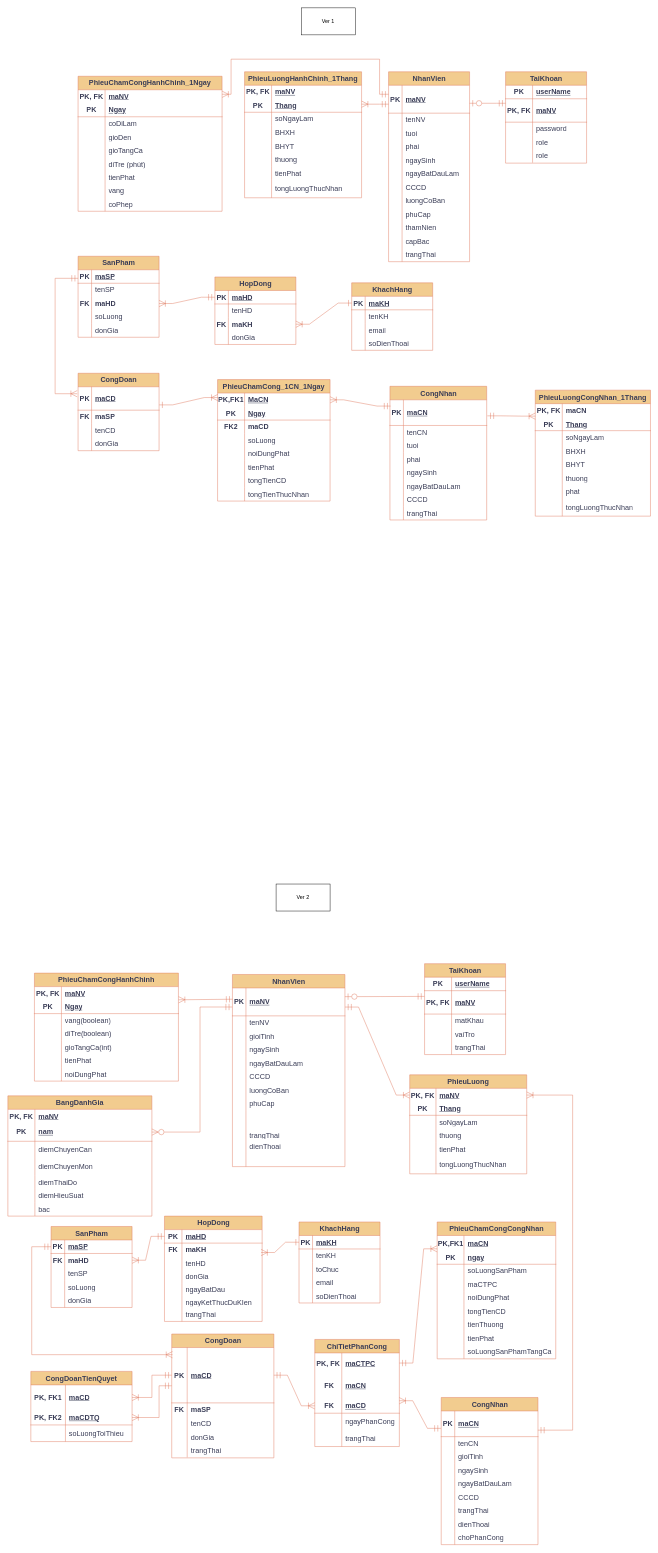
The draw.io diagram page "này enity" (1 of 2) of EntityRelationshipDiagram.drawio in TomTom2k/-management-of-a-ceramic-processing-company, before the edit. Source tidied: cells renumbered, new cells numbered last; positions are measured from the earlier drawing's top-left corner, leaving out a move shared by most shapes. Both pictures are drawn from the tidied source at 45%, with x=0, y=0 at pixel (8, 8).
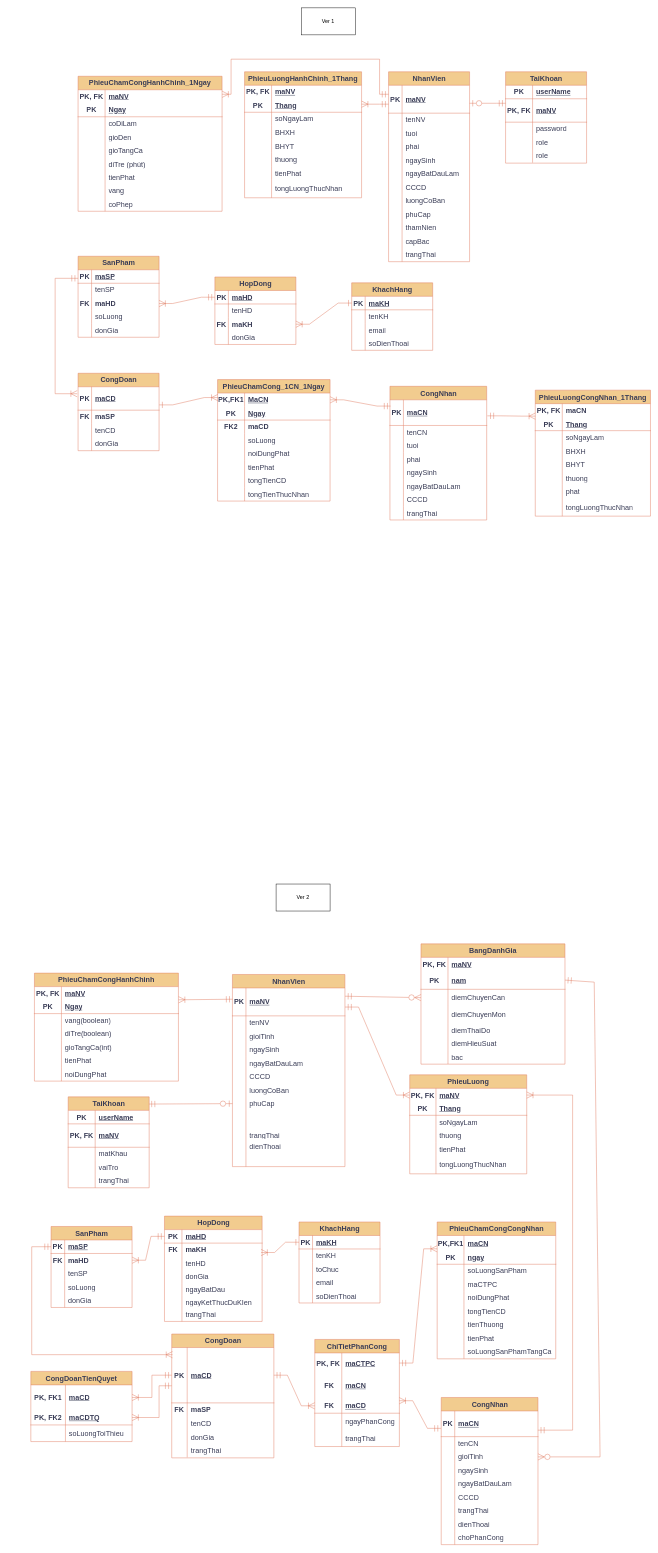
After the change.

The change refers to these unchanged cells:
```xml
<mxCell id="239" style="shape=tableRow;horizontal=0;startSize=0;swimlaneHead=0;swimlaneBody=0;fillColor=none;points=[[0,0.5],[1,0.5]];portConstraint=eastwest;top=0;left=0;right=0;bottom=0;labelBackgroundColor=none;strokeColor=#E07A5F;fontColor=#393C56;fontSize=16;" parent="232" vertex="1">
  <mxGeometry y="117" width="215" height="30" as="geometry" />
</mxCell>
<mxCell id="359" style="shape=tableRow;horizontal=0;startSize=0;swimlaneHead=0;swimlaneBody=0;fillColor=none;points=[[0,0.5],[1,0.5]];portConstraint=eastwest;top=0;left=0;right=0;bottom=1;labelBackgroundColor=none;strokeColor=#E07A5F;fontColor=#393C56;fontSize=16;" parent="358" vertex="1">
  <mxGeometry y="30" width="250" height="62" as="geometry" />
</mxCell>
<mxCell id="380" style="shape=tableRow;horizontal=0;startSize=0;swimlaneHead=0;swimlaneBody=0;fillColor=none;points=[[0,0.5],[1,0.5]];portConstraint=eastwest;top=0;left=0;right=0;bottom=0;labelBackgroundColor=none;strokeColor=#E07A5F;fontColor=#393C56;fontSize=16;" parent="358" vertex="1">
  <mxGeometry y="272" width="250" height="30" as="geometry" />
</mxCell>
<mxCell id="441" style="shape=tableRow;horizontal=0;startSize=0;swimlaneHead=0;swimlaneBody=0;fillColor=none;points=[[0,0.5],[1,0.5]];portConstraint=eastwest;top=0;left=0;right=0;bottom=1;labelBackgroundColor=none;strokeColor=#E07A5F;fontColor=#393C56;fontSize=16;" parent="437" vertex="1">
  <mxGeometry y="60" width="180" height="52" as="geometry" />
</mxCell>
<mxCell id="511" style="shape=tableRow;horizontal=0;startSize=0;swimlaneHead=0;swimlaneBody=0;fillColor=none;points=[[0,0.5],[1,0.5]];portConstraint=eastwest;top=0;left=0;right=0;bottom=1;html=1;labelBackgroundColor=none;strokeColor=#E07A5F;fontColor=#393C56;fontSize=16;" parent="507" vertex="1">
  <mxGeometry y="60" width="320" height="41" as="geometry" />
</mxCell>
<mxCell id="514" style="shape=tableRow;horizontal=0;startSize=0;swimlaneHead=0;swimlaneBody=0;fillColor=none;points=[[0,0.5],[1,0.5]];portConstraint=eastwest;top=0;left=0;right=0;bottom=0;html=1;labelBackgroundColor=none;strokeColor=#E07A5F;fontColor=#393C56;fontSize=16;" parent="507" vertex="1">
  <mxGeometry y="101" width="320" height="37" as="geometry" />
</mxCell>
```

What changed in the source:
```diff
@@
-    <mxCell id="436" style="rounded=0;jettySize=auto;html=1;startArrow=ERmandOne;startFill=0;endArrow=ERzeroToOne;endFill=0;labelBackgroundColor=none;fontColor=default;strokeColor=#E07A5F;fontSize=16;endSize=12;startSize=12;exitX=-0.002;exitY=0.245;exitDx=0;exitDy=0;entryX=1;entryY=0.311;entryDx=0;entryDy=0;entryPerimeter=0;exitPerimeter=0;" parent="1" edge="1" source="441" target="359">
+    <mxCell id="436" style="rounded=0;jettySize=auto;html=1;startArrow=ERmandOne;startFill=0;endArrow=ERzeroToOne;endFill=0;labelBackgroundColor=none;fontColor=default;strokeColor=#E07A5F;fontSize=16;endSize=12;startSize=12;exitX=0.992;exitY=0.079;exitDx=0;exitDy=0;entryX=0;entryY=0.5;entryDx=0;entryDy=0;exitPerimeter=0;" parent="1" edge="1" source="437" target="380">
       <mxGeometry relative="1" as="geometry" />
     </mxCell>
     <mxCell id="437" value="TaiKhoan" style="shape=table;startSize=30;childLayout=tableLayout;rowLines=0;fontStyle=1;align=center;html=1;labelBackgroundColor=none;fillColor=#F2CC8F;strokeColor=#E07A5F;fontColor=#393C56;fontSize=16;" parent="1" vertex="1">
-      <mxGeometry x="926" y="2124" width="180" height="202" as="geometry" />
+      <mxGeometry x="134" y="2420" width="180" height="202" as="geometry" />
     </mxCell>
@@
     <mxCell id="507" value="BangDanhGia" style="shape=table;startSize=30;childLayout=tableLayout;rowLines=0;fontStyle=1;align=center;html=1;whiteSpace=wrap;labelBackgroundColor=none;fillColor=#F2CC8F;strokeColor=#E07A5F;fontColor=#393C56;fontSize=16;" parent="1" vertex="1">
-      <mxGeometry y="2417.7" width="320" height="267.3" as="geometry" />
+      <mxGeometry x="918" y="2080" width="320" height="267.3" as="geometry" />
     </mxCell>
@@
-    <mxCell id="529" style="rounded=0;jettySize=auto;html=1;startArrow=ERmandOne;startFill=0;endArrow=ERzeroToMany;endFill=0;labelBackgroundColor=none;strokeColor=#E07A5F;fontColor=default;fontSize=16;endSize=12;startSize=12;exitX=-0.002;exitY=0.682;exitDx=0;exitDy=0;exitPerimeter=0;entryX=1;entryY=0.5;entryDx=0;entryDy=0;edgeStyle=orthogonalEdgeStyle;" parent="1" edge="1" source="359" target="511">
-      <mxGeometry relative="1" as="geometry">
-        <Array as="points">
-          <mxPoint x="427" y="2220" />
-          <mxPoint x="427" y="2498" />
-        </Array>
-      </mxGeometry>
+    <mxCell id="529" style="rounded=0;jettySize=auto;html=1;startArrow=ERmandOne;startFill=0;endArrow=ERzeroToMany;endFill=0;labelBackgroundColor=none;strokeColor=#E07A5F;fontColor=default;fontSize=16;endSize=12;startSize=12;exitX=1.001;exitY=0.296;exitDx=0;exitDy=0;exitPerimeter=0;entryX=0;entryY=0.5;entryDx=0;entryDy=0;" parent="1" edge="1" source="359" target="514">
+      <mxGeometry relative="1" as="geometry" />
     </mxCell>
+    <mxCell id="530" style="rounded=0;jettySize=auto;html=1;startArrow=ERmandOne;startFill=0;endArrow=ERzeroToMany;endFill=0;labelBackgroundColor=none;strokeColor=#E07A5F;fontColor=default;fontSize=16;endSize=12;startSize=12;exitX=1;exitY=0.5;exitDx=0;exitDy=0;entryX=1;entryY=0.5;entryDx=0;entryDy=0;" parent="1" edge="1" source="511" target="239">
+      <mxGeometry relative="1" as="geometry">
+        <Array as="points">
+          <mxPoint x="1303" y="2165" />
+          <mxPoint x="1316" y="3220" />
+        </Array>
+      </mxGeometry>
+    </mxCell>
```
